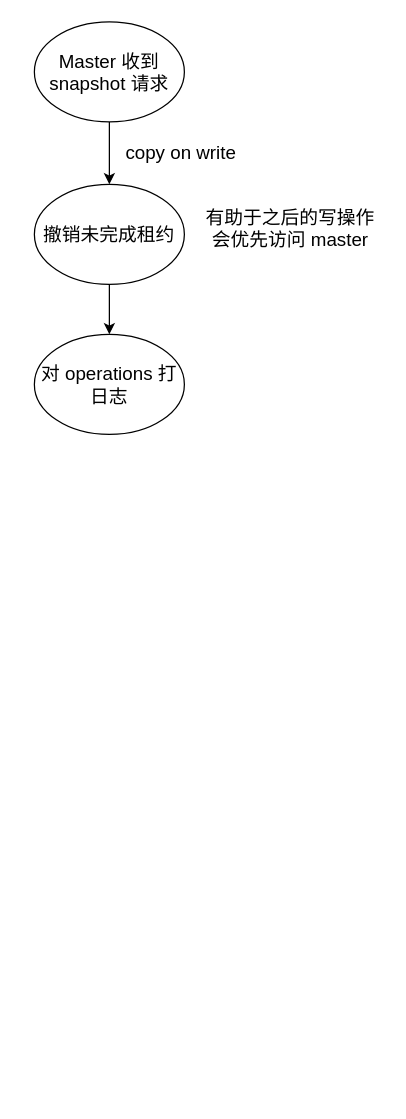
ywq1113/scripts keeps this draw.io diagram as snapshot.drawio. Above is the earlier version. Source tidied: cells renumbered, new cells numbered last; positions are measured from the earlier drawing's top-left corner, leaving out a move shared by most shapes. Both pictures are drawn from the tidied source at 125%, with x=0, y=0 at pixel (34, 21).
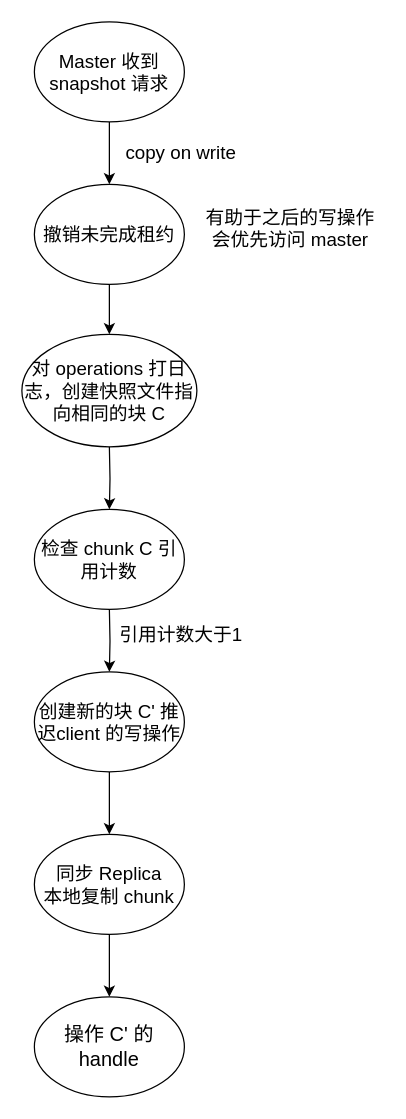
Above is the later version.

Change to the diagram source:
```diff
@@
 <mxGraphModel>
   <root>
     <mxCell id="0" />
     <mxCell id="1" parent="0" />
     <mxCell id="2" style="edgeStyle=orthogonalEdgeStyle;rounded=0;jettySize=auto;html=1;" parent="1" edge="1" source="3" target="5">
       <mxGeometry relative="1" as="geometry" />
     </mxCell>
     <mxCell id="3" value="&lt;font style=&quot;font-size: 15px&quot;&gt;Master 收到&lt;br&gt;snapshot 请求&lt;/font&gt;" style="ellipse;whiteSpace=wrap;html=1;" parent="1" vertex="1">
       <mxGeometry width="120" height="80" as="geometry" />
     </mxCell>
     <mxCell id="4" style="edgeStyle=orthogonalEdgeStyle;rounded=0;jettySize=auto;html=1;" parent="1" edge="1" source="5" target="7">
       <mxGeometry relative="1" as="geometry" />
     </mxCell>
     <mxCell id="5" value="&lt;font style=&quot;font-size: 15px&quot;&gt;撤销未完成租约&lt;/font&gt;" style="ellipse;whiteSpace=wrap;html=1;" parent="1" vertex="1">
       <mxGeometry y="130" width="120" height="80" as="geometry" />
     </mxCell>
     <mxCell id="6" value="&lt;font style=&quot;font-size: 15px&quot;&gt;有助于之后的写操作会优先访问 master&lt;/font&gt;" style="text;html=1;strokeColor=none;fillColor=none;align=center;verticalAlign=middle;whiteSpace=wrap;rounded=0;" parent="1" vertex="1">
       <mxGeometry x="130" y="130" width="150" height="70" as="geometry" />
     </mxCell>
+    <mxCell id="9" style="edgeStyle=orthogonalEdgeStyle;rounded=0;jettySize=auto;html=1;" parent="1" edge="1" target="12">
+      <mxGeometry relative="1" as="geometry">
+        <mxPoint x="60" y="470" as="sourcePoint" />
+      </mxGeometry>
+    </mxCell>
-    <mxCell id="7" value="&lt;font style=&quot;font-size: 15px&quot;&gt;对 operations 打日志&lt;/font&gt;" style="ellipse;whiteSpace=wrap;html=1;" parent="1" vertex="1">
-      <mxGeometry y="250" width="120" height="80" as="geometry" />
+    <mxCell id="7" value="&lt;font style=&quot;font-size: 15px&quot;&gt;对 operations 打日志，创建快照文件指向相同的块 C&lt;/font&gt;" style="ellipse;whiteSpace=wrap;html=1;" parent="1" vertex="1">
+      <mxGeometry x="-10" y="250" width="140" height="90" as="geometry" />
     </mxCell>
     <mxCell id="8" value="&lt;font style=&quot;font-size: 15px&quot;&gt;copy on write&lt;/font&gt;" style="text;html=1;align=center;verticalAlign=middle;" parent="1" vertex="1">
       <mxGeometry x="67" y="94" width="100" height="20" as="geometry" />
     </mxCell>
+    <mxCell id="10" style="edgeStyle=orthogonalEdgeStyle;rounded=0;jettySize=auto;html=1;" parent="1" edge="1" target="13">
+      <mxGeometry relative="1" as="geometry">
+        <mxPoint x="60" y="340" as="sourcePoint" />
+      </mxGeometry>
+    </mxCell>
+    <mxCell id="11" style="edgeStyle=orthogonalEdgeStyle;rounded=0;jettySize=auto;html=1;" parent="1" edge="1" source="12" target="16">
+      <mxGeometry relative="1" as="geometry" />
+    </mxCell>
+    <mxCell id="12" value="&lt;font style=&quot;font-size: 15px&quot;&gt;创建新的块 C' 推迟client 的写操作&lt;/font&gt;" style="ellipse;whiteSpace=wrap;html=1;" parent="1" vertex="1">
+      <mxGeometry y="520" width="120" height="80" as="geometry" />
+    </mxCell>
+    <mxCell id="13" value="&lt;font style=&quot;font-size: 15px&quot;&gt;检查 chunk C 引用计数&lt;/font&gt;" style="ellipse;whiteSpace=wrap;html=1;" parent="1" vertex="1">
+      <mxGeometry y="390" width="120" height="80" as="geometry" />
+    </mxCell>
+    <mxCell id="14" value="&lt;font style=&quot;font-size: 15px&quot;&gt;引用计数大于1&lt;/font&gt;" style="text;html=1;align=center;verticalAlign=middle;" parent="1" vertex="1">
+      <mxGeometry x="62" y="480" width="110" height="20" as="geometry" />
+    </mxCell>
+    <mxCell id="15" style="edgeStyle=orthogonalEdgeStyle;rounded=0;jettySize=auto;html=1;" parent="1" edge="1" source="16" target="17">
+      <mxGeometry relative="1" as="geometry" />
+    </mxCell>
+    <mxCell id="16" value="&lt;font style=&quot;font-size: 15px&quot;&gt;同步 Replica&lt;br&gt;本地复制 chunk&lt;/font&gt;" style="ellipse;whiteSpace=wrap;html=1;" parent="1" vertex="1">
+      <mxGeometry y="650" width="120" height="80" as="geometry" />
+    </mxCell>
+    <mxCell id="17" value="&lt;font style=&quot;font-size: 16px&quot;&gt;操作 C' 的 handle&lt;/font&gt;" style="ellipse;whiteSpace=wrap;html=1;" parent="1" vertex="1">
+      <mxGeometry y="780" width="120" height="80" as="geometry" />
+    </mxCell>
   </root>
 </mxGraphModel>
```
